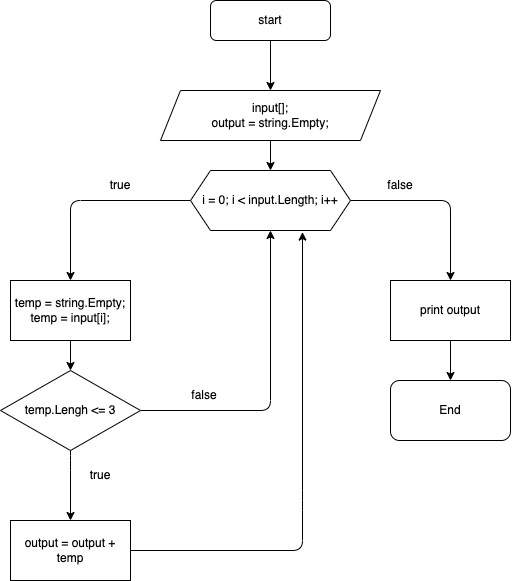
Above: task_1.drawio.png in lewikon/Control-task (draw.io), before the change. Source tidied: cells renumbered, new cells last; positions are measured from the earlier drawing's top-left corner, leaving out a move shared by most shapes. Source of this version:
```xml
<mxGraphModel>
  <root>
    <mxCell id="0" />
    <mxCell id="1" parent="0" />
    <mxCell id="2" style="edgeStyle=none;html=1;" parent="1" edge="1" source="3" target="5">
      <mxGeometry relative="1" as="geometry" />
    </mxCell>
    <mxCell id="3" value="start" style="rounded=1;whiteSpace=wrap;html=1;" parent="1" vertex="1">
      <mxGeometry x="210" width="120" height="40" as="geometry" />
    </mxCell>
    <mxCell id="4" style="edgeStyle=none;html=1;" parent="1" edge="1" source="5" target="8">
      <mxGeometry relative="1" as="geometry" />
    </mxCell>
    <mxCell id="5" value="input[];&lt;br&gt;output = string.Empty;" style="shape=parallelogram;perimeter=parallelogramPerimeter;whiteSpace=wrap;html=1;fixedSize=1;" parent="1" vertex="1">
      <mxGeometry x="160" y="90" width="220" height="50" as="geometry" />
    </mxCell>
    <mxCell id="6" style="edgeStyle=none;html=1;" parent="1" edge="1" source="8" target="10">
      <mxGeometry relative="1" as="geometry">
        <Array as="points">
          <mxPoint x="70" y="200" />
        </Array>
      </mxGeometry>
    </mxCell>
    <mxCell id="7" style="edgeStyle=none;html=1;entryX=0.5;entryY=0;entryDx=0;entryDy=0;" parent="1" edge="1" source="8" target="17">
      <mxGeometry relative="1" as="geometry">
        <Array as="points">
          <mxPoint x="450" y="200" />
        </Array>
      </mxGeometry>
    </mxCell>
    <mxCell id="8" value="i = 0; i &amp;lt; input.Length; i++" style="shape=hexagon;perimeter=hexagonPerimeter2;whiteSpace=wrap;html=1;fixedSize=1;size=20;" parent="1" vertex="1">
      <mxGeometry x="190" y="170" width="160" height="60" as="geometry" />
    </mxCell>
    <mxCell id="9" style="edgeStyle=none;html=1;" parent="1" edge="1" source="10">
      <mxGeometry relative="1" as="geometry">
        <mxPoint x="70" y="370" as="targetPoint" />
      </mxGeometry>
    </mxCell>
    <mxCell id="10" value="temp = string.Empty;&lt;br&gt;temp = input[i];" style="rounded=0;whiteSpace=wrap;html=1;" parent="1" vertex="1">
      <mxGeometry x="10" y="280" width="120" height="60" as="geometry" />
    </mxCell>
    <mxCell id="11" style="edgeStyle=none;html=1;" parent="1" edge="1" source="13" target="15">
      <mxGeometry relative="1" as="geometry">
        <Array as="points">
          <mxPoint x="70" y="460" />
        </Array>
      </mxGeometry>
    </mxCell>
    <mxCell id="12" style="edgeStyle=none;html=1;exitX=1;exitY=0.5;exitDx=0;exitDy=0;entryX=0.5;entryY=1;entryDx=0;entryDy=0;" parent="1" edge="1" source="13" target="8">
      <mxGeometry relative="1" as="geometry">
        <Array as="points">
          <mxPoint x="270" y="410" />
        </Array>
      </mxGeometry>
    </mxCell>
    <mxCell id="13" value="temp.Lengh &amp;lt;= 3" style="rhombus;whiteSpace=wrap;html=1;" parent="1" vertex="1">
      <mxGeometry y="370" width="140" height="80" as="geometry" />
    </mxCell>
    <mxCell id="14" style="edgeStyle=none;html=1;entryX=0.7;entryY=1.027;entryDx=0;entryDy=0;entryPerimeter=0;" parent="1" edge="1" source="15" target="8">
      <mxGeometry relative="1" as="geometry">
        <Array as="points">
          <mxPoint x="302" y="550" />
          <mxPoint x="302" y="500" />
        </Array>
      </mxGeometry>
    </mxCell>
    <mxCell id="15" value="output = output + temp" style="rounded=0;whiteSpace=wrap;html=1;" parent="1" vertex="1">
      <mxGeometry x="10" y="520" width="120" height="60" as="geometry" />
    </mxCell>
    <mxCell id="16" style="edgeStyle=none;html=1;" parent="1" edge="1" source="17" target="18">
      <mxGeometry relative="1" as="geometry" />
    </mxCell>
    <mxCell id="17" value="print output" style="rounded=0;whiteSpace=wrap;html=1;" parent="1" vertex="1">
      <mxGeometry x="390" y="280" width="120" height="60" as="geometry" />
    </mxCell>
    <mxCell id="18" value="End" style="rounded=1;whiteSpace=wrap;html=1;" parent="1" vertex="1">
      <mxGeometry x="390" y="380" width="120" height="60" as="geometry" />
    </mxCell>
    <mxCell id="19" value="true" style="text;html=1;strokeColor=none;fillColor=none;align=center;verticalAlign=middle;whiteSpace=wrap;rounded=0;" parent="1" vertex="1">
      <mxGeometry x="90" y="170" width="60" height="30" as="geometry" />
    </mxCell>
    <mxCell id="20" value="false" style="text;html=1;strokeColor=none;fillColor=none;align=center;verticalAlign=middle;whiteSpace=wrap;rounded=0;" parent="1" vertex="1">
      <mxGeometry x="370" y="170" width="60" height="30" as="geometry" />
    </mxCell>
    <mxCell id="21" value="true" style="text;html=1;strokeColor=none;fillColor=none;align=center;verticalAlign=middle;whiteSpace=wrap;rounded=0;" parent="1" vertex="1">
      <mxGeometry x="70" y="460" width="60" height="30" as="geometry" />
    </mxCell>
    <mxCell id="22" value="false" style="text;html=1;strokeColor=none;fillColor=none;align=center;verticalAlign=middle;whiteSpace=wrap;rounded=0;" parent="1" vertex="1">
      <mxGeometry x="174" y="380" width="60" height="30" as="geometry" />
    </mxCell>
  </root>
</mxGraphModel>
```
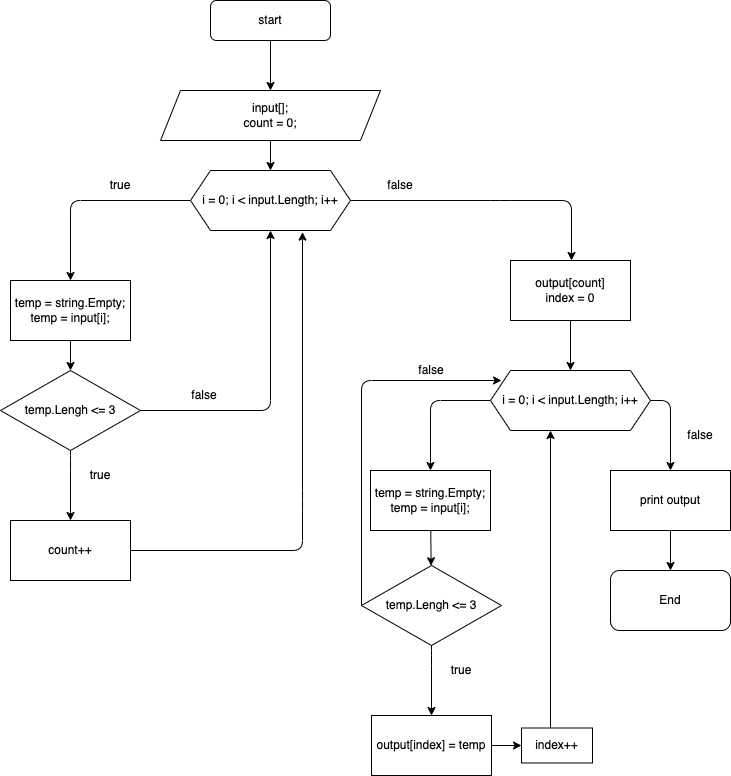
After the change.

Commit message:
update block diagram

The edit, as a diff of the source:
```diff
@@ -2,8 +2,10 @@
   <root>
     <mxCell id="0" />
     <mxCell id="1" parent="0" />
-    <mxCell id="2" style="edgeStyle=none;html=1;" parent="1" edge="1" source="3" target="5">
-      <mxGeometry relative="1" as="geometry" />
+    <mxCell id="2" style="edgeStyle=none;html=1;" parent="1" edge="1" target="5">
+      <mxGeometry relative="1" as="geometry">
+        <mxPoint x="270" y="40" as="sourcePoint" />
+      </mxGeometry>
     </mxCell>
     <mxCell id="3" value="start" style="rounded=1;whiteSpace=wrap;html=1;" parent="1" vertex="1">
       <mxGeometry x="210" width="120" height="40" as="geometry" />
@@ -11,7 +13,7 @@
     <mxCell id="4" style="edgeStyle=none;html=1;" parent="1" edge="1" source="5" target="8">
       <mxGeometry relative="1" as="geometry" />
     </mxCell>
-    <mxCell id="5" value="input[];&lt;br&gt;output = string.Empty;" style="shape=parallelogram;perimeter=parallelogramPerimeter;whiteSpace=wrap;html=1;fixedSize=1;" parent="1" vertex="1">
+    <mxCell id="5" value="input[];&lt;br&gt;count = 0;" style="shape=parallelogram;perimeter=parallelogramPerimeter;whiteSpace=wrap;html=1;fixedSize=1;" parent="1" vertex="1">
       <mxGeometry x="160" y="90" width="220" height="50" as="geometry" />
     </mxCell>
     <mxCell id="6" style="edgeStyle=none;html=1;" parent="1" edge="1" source="8" target="10">
@@ -21,13 +23,15 @@
         </Array>
       </mxGeometry>
     </mxCell>
-    <mxCell id="7" style="edgeStyle=none;html=1;entryX=0.5;entryY=0;entryDx=0;entryDy=0;" parent="1" edge="1" source="8" target="17">
-      <mxGeometry relative="1" as="geometry">
-        <Array as="points">
-          <mxPoint x="450" y="200" />
-        </Array>
-      </mxGeometry>
-    </mxCell>
+    <mxCell id="23" style="edgeStyle=none;html=1;" parent="1" edge="1" source="8">
+      <mxGeometry relative="1" as="geometry">
+        <mxPoint x="571" y="260" as="targetPoint" />
+        <Array as="points">
+          <mxPoint x="500" y="200" />
+          <mxPoint x="571" y="200" />
+        </Array>
+      </mxGeometry>
+    </mxCell>
     <mxCell id="8" value="i = 0; i &amp;lt; input.Length; i++" style="shape=hexagon;perimeter=hexagonPerimeter2;whiteSpace=wrap;html=1;fixedSize=1;size=20;" parent="1" vertex="1">
       <mxGeometry x="190" y="170" width="160" height="60" as="geometry" />
     </mxCell>
@@ -64,17 +68,17 @@
         </Array>
       </mxGeometry>
     </mxCell>
-    <mxCell id="15" value="output = output + temp" style="rounded=0;whiteSpace=wrap;html=1;" parent="1" vertex="1">
+    <mxCell id="15" value="count++" style="rounded=0;whiteSpace=wrap;html=1;" parent="1" vertex="1">
       <mxGeometry x="10" y="520" width="120" height="60" as="geometry" />
     </mxCell>
     <mxCell id="16" style="edgeStyle=none;html=1;" parent="1" edge="1" source="17" target="18">
       <mxGeometry relative="1" as="geometry" />
     </mxCell>
     <mxCell id="17" value="print output" style="rounded=0;whiteSpace=wrap;html=1;" parent="1" vertex="1">
-      <mxGeometry x="390" y="280" width="120" height="60" as="geometry" />
+      <mxGeometry x="610" y="470" width="120" height="60" as="geometry" />
     </mxCell>
     <mxCell id="18" value="End" style="rounded=1;whiteSpace=wrap;html=1;" parent="1" vertex="1">
-      <mxGeometry x="390" y="380" width="120" height="60" as="geometry" />
+      <mxGeometry x="610" y="570" width="120" height="60" as="geometry" />
     </mxCell>
     <mxCell id="19" value="true" style="text;html=1;strokeColor=none;fillColor=none;align=center;verticalAlign=middle;whiteSpace=wrap;rounded=0;" parent="1" vertex="1">
       <mxGeometry x="90" y="170" width="60" height="30" as="geometry" />
@@ -88,5 +92,75 @@
     <mxCell id="22" value="false" style="text;html=1;strokeColor=none;fillColor=none;align=center;verticalAlign=middle;whiteSpace=wrap;rounded=0;" parent="1" vertex="1">
       <mxGeometry x="174" y="380" width="60" height="30" as="geometry" />
     </mxCell>
+    <mxCell id="24" style="edgeStyle=none;html=1;entryX=0.5;entryY=0;entryDx=0;entryDy=0;" parent="1" edge="1" source="26" target="17">
+      <mxGeometry relative="1" as="geometry">
+        <Array as="points">
+          <mxPoint x="670" y="400" />
+        </Array>
+      </mxGeometry>
+    </mxCell>
+    <mxCell id="25" style="edgeStyle=none;html=1;entryX=0.5;entryY=0;entryDx=0;entryDy=0;" parent="1" edge="1" source="26" target="29">
+      <mxGeometry relative="1" as="geometry">
+        <Array as="points">
+          <mxPoint x="430" y="400" />
+        </Array>
+      </mxGeometry>
+    </mxCell>
+    <mxCell id="26" value="i = 0; i &amp;lt; input.Length; i++" style="shape=hexagon;perimeter=hexagonPerimeter2;whiteSpace=wrap;html=1;fixedSize=1;size=20;" parent="1" vertex="1">
+      <mxGeometry x="490" y="370" width="160" height="60" as="geometry" />
+    </mxCell>
+    <mxCell id="27" value="false" style="text;html=1;strokeColor=none;fillColor=none;align=center;verticalAlign=middle;whiteSpace=wrap;rounded=0;" parent="1" vertex="1">
+      <mxGeometry x="670" y="420" width="60" height="30" as="geometry" />
+    </mxCell>
+    <mxCell id="28" style="edgeStyle=none;html=1;" parent="1" edge="1" source="29" target="34">
+      <mxGeometry relative="1" as="geometry" />
+    </mxCell>
+    <mxCell id="29" value="&lt;span&gt;temp = string.Empty;&lt;/span&gt;&lt;br&gt;&lt;span&gt;temp = input[i];&lt;/span&gt;" style="rounded=0;whiteSpace=wrap;html=1;" parent="1" vertex="1">
+      <mxGeometry x="370" y="470" width="120" height="60" as="geometry" />
+    </mxCell>
+    <mxCell id="30" style="edgeStyle=none;html=1;" parent="1" edge="1" source="31" target="26">
+      <mxGeometry relative="1" as="geometry" />
+    </mxCell>
+    <mxCell id="31" value="output[count]&lt;br&gt;index = 0" style="rounded=0;whiteSpace=wrap;html=1;" parent="1" vertex="1">
+      <mxGeometry x="510" y="260" width="120" height="60" as="geometry" />
+    </mxCell>
+    <mxCell id="32" style="edgeStyle=none;html=1;" parent="1" edge="1" source="34" target="36">
+      <mxGeometry relative="1" as="geometry">
+        <Array as="points">
+          <mxPoint x="431" y="655" />
+        </Array>
+      </mxGeometry>
+    </mxCell>
+    <mxCell id="33" style="edgeStyle=none;html=1;exitX=0;exitY=0.5;exitDx=0;exitDy=0;" parent="1" edge="1" source="34">
+      <mxGeometry relative="1" as="geometry">
+        <mxPoint x="501" y="380" as="targetPoint" />
+        <Array as="points">
+          <mxPoint x="361" y="380" />
+        </Array>
+      </mxGeometry>
+    </mxCell>
+    <mxCell id="34" value="temp.Lengh &amp;lt;= 3" style="rhombus;whiteSpace=wrap;html=1;" parent="1" vertex="1">
+      <mxGeometry x="361" y="565" width="140" height="80" as="geometry" />
+    </mxCell>
+    <mxCell id="35" style="edgeStyle=none;html=1;exitX=1;exitY=0.5;exitDx=0;exitDy=0;entryX=0;entryY=0.5;entryDx=0;entryDy=0;" parent="1" edge="1" source="36" target="40">
+      <mxGeometry relative="1" as="geometry" />
+    </mxCell>
+    <mxCell id="36" value="output[index] = temp" style="rounded=0;whiteSpace=wrap;html=1;" parent="1" vertex="1">
+      <mxGeometry x="371" y="715" width="120" height="60" as="geometry" />
+    </mxCell>
+    <mxCell id="37" value="true" style="text;html=1;strokeColor=none;fillColor=none;align=center;verticalAlign=middle;whiteSpace=wrap;rounded=0;" parent="1" vertex="1">
+      <mxGeometry x="431" y="655" width="60" height="30" as="geometry" />
+    </mxCell>
+    <mxCell id="38" value="false" style="text;html=1;strokeColor=none;fillColor=none;align=center;verticalAlign=middle;whiteSpace=wrap;rounded=0;" parent="1" vertex="1">
+      <mxGeometry x="401" y="360" width="60" height="20" as="geometry" />
+    </mxCell>
+    <mxCell id="39" style="edgeStyle=none;html=1;entryX=0.375;entryY=1;entryDx=0;entryDy=0;" parent="1" edge="1" target="26">
+      <mxGeometry relative="1" as="geometry">
+        <mxPoint x="550" y="730" as="sourcePoint" />
+      </mxGeometry>
+    </mxCell>
+    <mxCell id="40" value="index++" style="rounded=0;whiteSpace=wrap;html=1;" parent="1" vertex="1">
+      <mxGeometry x="521" y="727.5" width="71" height="35" as="geometry" />
+    </mxCell>
   </root>
 </mxGraphModel>
```
